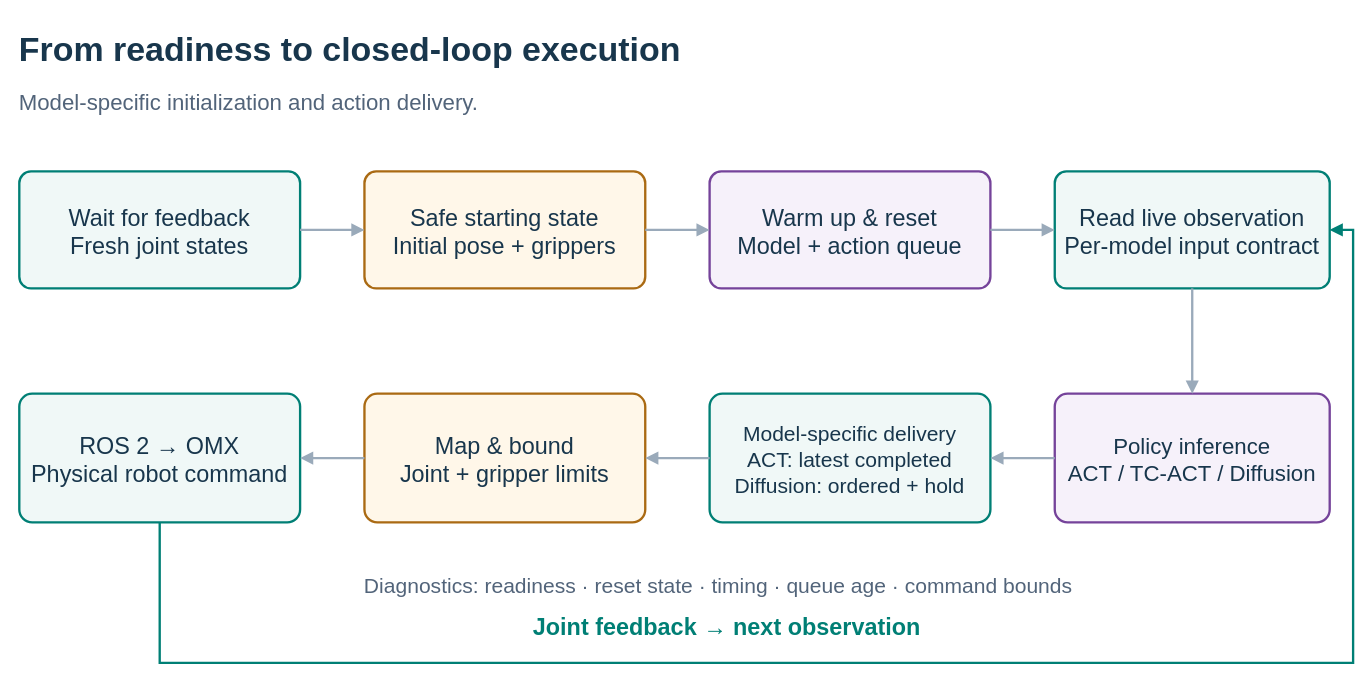
The draw.io diagram page "Deployment lifecycle" (2 of 2) of docs/assets/diagrams/hardware-deployment.drawio in green101630-jwi/literate-octo-doodle, before the edit. Source tidied: cells renumbered, new cells numbered last; positions are measured from the earlier drawing's top-left corner, leaving out a move shared by most shapes. Both pictures are drawn from the tidied source at 117%, with x=0, y=0 at pixel (19, 19).
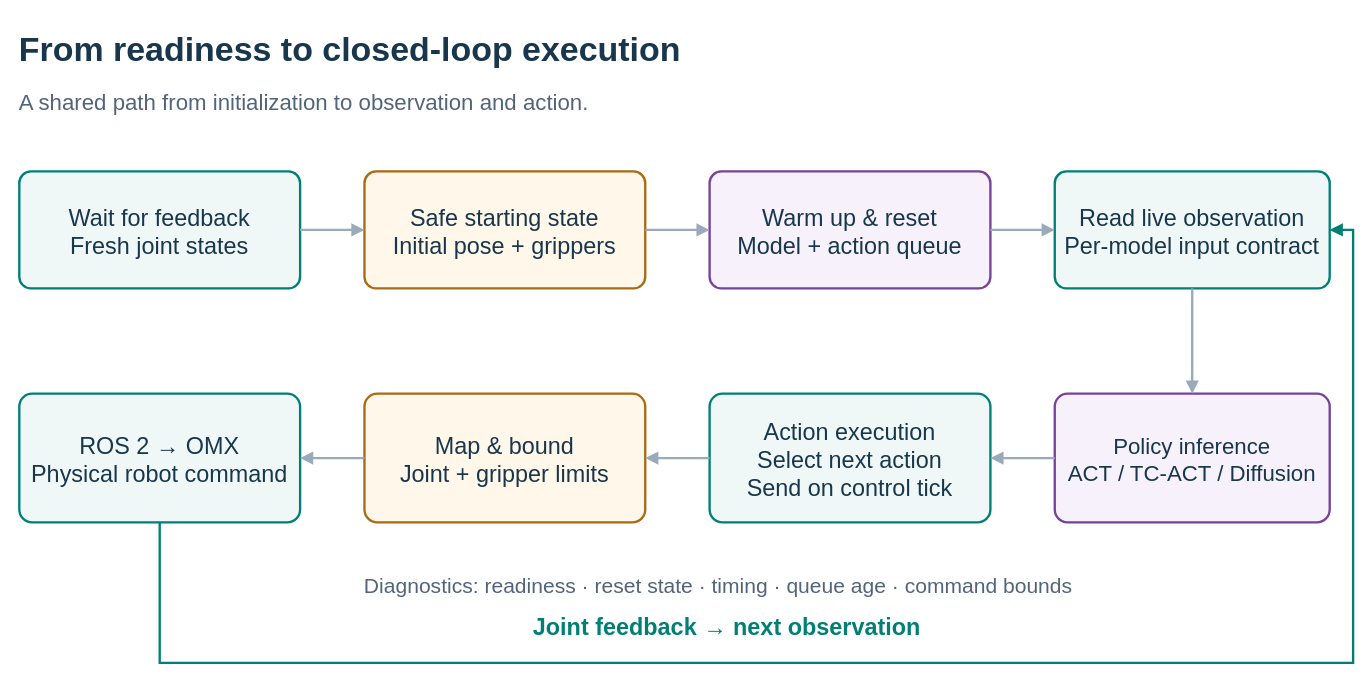
After the change.

Commit message (it also covers changes not shown here):
Clarify shared ACT execution and the TC encoder extension in deployment diagrams

Diff of the diagram source:
```diff
@@
-    <mxCell id="3" value="Model-specific initialization and action delivery." style="text;html=0;whiteSpace=nowrap;strokeColor=none;fillColor=none;fontColor=#52647a;fontFamily=Arial;fontSize=19;fontStyle=0;align=left;verticalAlign=middle;spacing=0;" parent="1" vertex="1">
+    <mxCell id="3" value="A shared path from initialization to observation and action." style="text;html=0;whiteSpace=nowrap;strokeColor=none;fillColor=none;fontColor=#52647a;fontFamily=Arial;fontSize=19;fontStyle=0;align=left;verticalAlign=middle;spacing=0;" parent="1" vertex="1">
       <mxGeometry y="52" width="1120" height="35" as="geometry" />
     </mxCell>
@@
-    <mxCell id="9" value="Model-specific delivery&#10;ACT: latest completed&#10;Diffusion: ordered + hold" style="rounded=1;arcSize=10;whiteSpace=nowrap;html=0;fillColor=#f0f8f7;strokeColor=#007f75;strokeWidth=2;fontColor=#18364c;fontFamily=Arial;fontSize=18;align=center;verticalAlign=middle;spacing=12;" parent="1" vertex="1">
+    <mxCell id="9" value="Action execution&#10;Select next action&#10;Send on control tick" style="rounded=1;arcSize=10;whiteSpace=nowrap;html=0;fillColor=#f0f8f7;strokeColor=#007f75;strokeWidth=2;fontColor=#18364c;fontFamily=Arial;fontSize=20;align=center;verticalAlign=middle;spacing=12;" parent="1" vertex="1">
       <mxGeometry x="590" y="320" width="240" height="110" as="geometry" />
     </mxCell>
```
